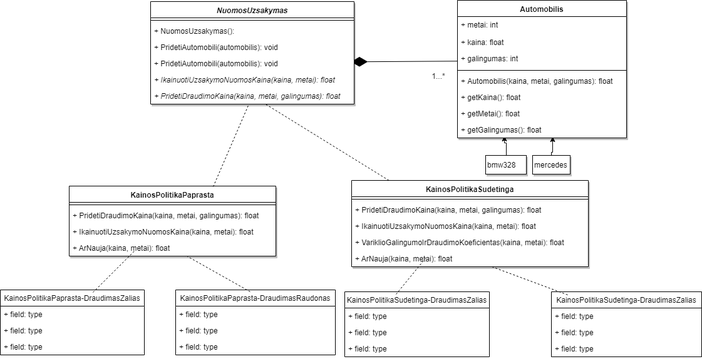
Before: CarRentalTemplat.png, a diagram exported from draw.io (Adomas202/CarRentalTemplate). Source tidied: cells renumbered, new cells last; positions are measured from the earlier drawing's top-left corner, leaving out a move shared by most shapes.
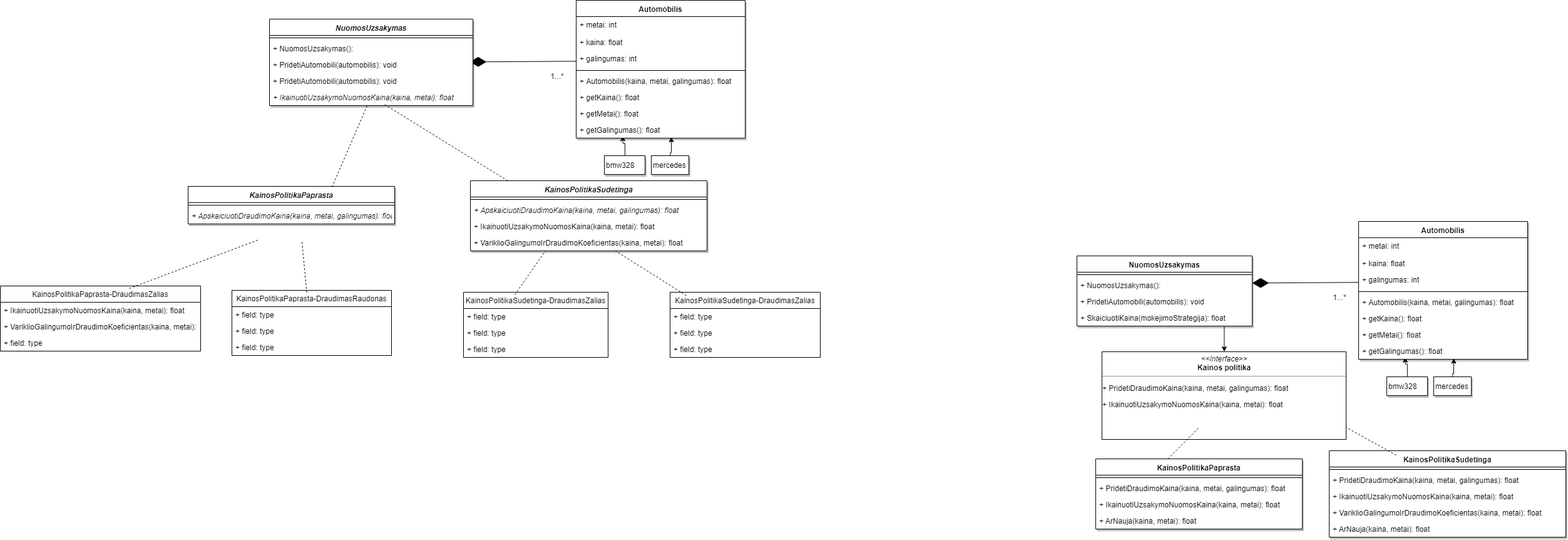
Above is the later version.

Diff of the diagram source:
```diff
@@ -61,7 +61,7 @@
       <mxGeometry y="194" width="270" height="26" as="geometry" />
     </mxCell>
     <mxCell id="17" value="NuomosUzsakymas" style="swimlane;fontStyle=3;align=center;verticalAlign=top;horizontal=1;startSize=26;swimlaneFillColor=#ffffff;shadow=1;fillColor=#FFFFFF;gradientColor=none;" parent="1" vertex="1">
-      <mxGeometry x="240" y="2" width="325" height="164" as="geometry" />
+      <mxGeometry x="240" y="30" width="325" height="138" as="geometry" />
     </mxCell>
     <mxCell id="18" style="line;strokeWidth=1;fillColor=none;align=left;verticalAlign=middle;spacingTop=-1;spacingLeft=3;spacingRight=3;labelPosition=right;" parent="17" vertex="1">
       <mxGeometry y="26" width="325" height="8" as="geometry" />
@@ -78,36 +78,22 @@
     <mxCell id="22" value="+ IkainuotiUzsakymoNuomosKaina(kaina, metai): float" style="text;strokeColor=none;fillColor=none;align=left;verticalAlign=top;spacingLeft=4;spacingRight=4;overflow=hidden;fontStyle=2;" parent="17" vertex="1">
       <mxGeometry y="112" width="325" height="26" as="geometry" />
     </mxCell>
-    <mxCell id="23" value="+ PridetiDraudimoKaina(kaina, metai, galingumas): float&#10;" style="text;strokeColor=none;fillColor=none;align=left;verticalAlign=top;spacingLeft=4;spacingRight=4;overflow=hidden;points=[[0,0.5],[1,0.5]];portConstraint=eastwest;fontStyle=2;" parent="17" vertex="1">
-      <mxGeometry y="138" width="325" height="26" as="geometry" />
-    </mxCell>
-    <mxCell id="24" value="KainosPolitikaPaprasta" style="swimlane;fontStyle=1;align=center;verticalAlign=top;horizontal=1;startSize=26;swimlaneFillColor=#ffffff;shadow=1;fillColor=#FFFFFF;gradientColor=none;" parent="1" vertex="1">
-      <mxGeometry x="110" y="297" width="330" height="112" as="geometry" />
+    <mxCell id="24" value="KainosPolitikaPaprasta" style="swimlane;fontStyle=3;align=center;verticalAlign=top;horizontal=1;startSize=26;swimlaneFillColor=#ffffff;shadow=1;fillColor=#FFFFFF;gradientColor=none;" parent="1" vertex="1">
+      <mxGeometry x="110" y="297" width="330" height="60" as="geometry" />
     </mxCell>
     <mxCell id="25" style="line;strokeWidth=1;fillColor=none;align=left;verticalAlign=middle;spacingTop=-1;spacingLeft=3;spacingRight=3;labelPosition=right;" parent="24" vertex="1">
       <mxGeometry y="26" width="330" height="8" as="geometry" />
     </mxCell>
-    <mxCell id="26" value="+ PridetiDraudimoKaina(kaina, metai, galingumas): float&#10;" style="text;strokeColor=none;fillColor=none;align=left;verticalAlign=top;spacingLeft=4;spacingRight=4;overflow=hidden;" parent="24" vertex="1">
+    <mxCell id="26" value="+ ApskaiciuotiDraudimoKaina(kaina, metai, galingumas): float&#10;" style="text;strokeColor=none;fillColor=none;align=left;verticalAlign=top;spacingLeft=4;spacingRight=4;overflow=hidden;fontStyle=2;" parent="24" vertex="1">
       <mxGeometry y="34" width="330" height="26" as="geometry" />
     </mxCell>
-    <mxCell id="27" value="+ IkainuotiUzsakymoNuomosKaina(kaina, metai): float&#10;" style="text;strokeColor=none;fillColor=none;align=left;verticalAlign=top;spacingLeft=4;spacingRight=4;overflow=hidden;" parent="24" vertex="1">
-      <mxGeometry y="60" width="330" height="26" as="geometry" />
-    </mxCell>
-    <mxCell id="28" value="+ ArNauja(kaina, metai): float&#10;" style="text;strokeColor=none;fillColor=none;align=left;verticalAlign=top;spacingLeft=4;spacingRight=4;overflow=hidden;points=[[0,0.5],[1,0.5]];portConstraint=eastwest;" parent="24" vertex="1">
-      <mxGeometry y="86" width="330" height="26" as="geometry" />
-    </mxCell>
-    <mxCell id="29" style="endArrow=none;dashed=1;html=1;exitX=0.643;exitY=0.04;exitPerimeter=0;" parent="24" edge="1" source="39">
-      <mxGeometry relative="1" as="geometry">
-        <mxPoint x="105" y="103" as="targetPoint" />
-      </mxGeometry>
-    </mxCell>
-    <mxCell id="30" value="KainosPolitikaSudetinga" style="swimlane;fontStyle=1;align=center;verticalAlign=top;horizontal=1;startSize=26;swimlaneFillColor=#ffffff;shadow=1;fillColor=#FFFFFF;gradientColor=none;" parent="1" vertex="1">
-      <mxGeometry x="561" y="288" width="378" height="138" as="geometry" />
+    <mxCell id="30" value="KainosPolitikaSudetinga" style="swimlane;fontStyle=3;align=center;verticalAlign=top;horizontal=1;startSize=26;swimlaneFillColor=#ffffff;shadow=1;fillColor=#FFFFFF;gradientColor=none;" parent="1" vertex="1">
+      <mxGeometry x="561" y="288" width="378" height="112" as="geometry" />
     </mxCell>
     <mxCell id="31" style="line;strokeWidth=1;fillColor=none;align=left;verticalAlign=middle;spacingTop=-1;spacingLeft=3;spacingRight=3;labelPosition=right;" parent="30" vertex="1">
       <mxGeometry y="26" width="378" height="8" as="geometry" />
     </mxCell>
-    <mxCell id="32" value="+ PridetiDraudimoKaina(kaina, metai, galingumas): float&#10;" style="text;strokeColor=none;fillColor=none;align=left;verticalAlign=top;spacingLeft=4;spacingRight=4;overflow=hidden;" parent="30" vertex="1">
+    <mxCell id="32" value="+ ApskaiciuotiDraudimoKaina(kaina, metai, galingumas): float&#10;&#10;" style="text;strokeColor=none;fillColor=none;align=left;verticalAlign=top;spacingLeft=4;spacingRight=4;overflow=hidden;fontStyle=2;" parent="30" vertex="1">
       <mxGeometry y="34" width="378" height="26" as="geometry" />
     </mxCell>
     <mxCell id="33" value="+ IkainuotiUzsakymoNuomosKaina(kaina, metai): float&#10;" style="text;strokeColor=none;fillColor=none;align=left;verticalAlign=top;spacingLeft=4;spacingRight=4;overflow=hidden;" parent="30" vertex="1">
@@ -118,36 +104,35 @@
     </mxCell>
     <mxCell id="35" style="endArrow=none;dashed=1;html=1;exitX=0.355;exitY=0.035;exitPerimeter=0;" parent="30" edge="1" source="47">
       <mxGeometry relative="1" as="geometry">
-        <mxPoint x="120" y="122" as="targetPoint" />
+        <mxPoint x="120" y="112" as="targetPoint" />
       </mxGeometry>
     </mxCell>
-    <mxCell id="36" value="+ ArNauja(kaina, metai): float&#10;" style="text;strokeColor=none;fillColor=none;align=left;verticalAlign=top;spacingLeft=4;spacingRight=4;overflow=hidden;points=[[0,0.5],[1,0.5]];portConstraint=eastwest;" parent="30" vertex="1">
-      <mxGeometry y="112" width="378" height="26" as="geometry" />
-    </mxCell>
-    <mxCell id="37" style="endArrow=none;dashed=1;html=1;fillColor=#000033;" parent="1" edge="1" target="23">
+    <mxCell id="37" style="endArrow=none;dashed=1;html=1;fillColor=#000033;" parent="1" edge="1">
       <mxGeometry relative="1" as="geometry">
         <mxPoint x="340" y="298" as="sourcePoint" />
+        <mxPoint x="396.9" y="166" as="targetPoint" />
       </mxGeometry>
     </mxCell>
-    <mxCell id="38" style="endArrow=none;dashed=1;html=1;fillColor=#000033;" parent="1" edge="1" target="23">
+    <mxCell id="38" style="endArrow=none;dashed=1;html=1;fillColor=#000033;" parent="1" edge="1">
       <mxGeometry relative="1" as="geometry">
         <mxPoint x="620.5" y="288" as="sourcePoint" />
+        <mxPoint x="423.5" y="166" as="targetPoint" />
       </mxGeometry>
     </mxCell>
     <mxCell id="39" value="KainosPolitikaPaprasta-DraudimasZalias" style="swimlane;fontStyle=0;horizontal=1;startSize=26;fillColor=none;swimlaneFillColor=#ffffff;" parent="1" vertex="1">
-      <mxGeometry y="463" width="230" height="104" as="geometry" />
+      <mxGeometry x="-190" y="456" width="320" height="104" as="geometry" />
     </mxCell>
-    <mxCell id="40" value="+ field: type" style="text;strokeColor=none;fillColor=none;align=left;verticalAlign=top;spacingLeft=4;spacingRight=4;overflow=hidden;" parent="39" vertex="1">
-      <mxGeometry y="26" width="230" height="26" as="geometry" />
+    <mxCell id="40" value="+ IkainuotiUzsakymoNuomosKaina(kaina, metai): float&#10;&#10;" style="text;strokeColor=none;fillColor=none;align=left;verticalAlign=top;spacingLeft=4;spacingRight=4;overflow=hidden;" parent="39" vertex="1">
+      <mxGeometry y="26" width="320" height="26" as="geometry" />
     </mxCell>
-    <mxCell id="41" value="+ field: type" style="text;strokeColor=none;fillColor=none;align=left;verticalAlign=top;spacingLeft=4;spacingRight=4;overflow=hidden;" parent="39" vertex="1">
-      <mxGeometry y="52" width="230" height="26" as="geometry" />
+    <mxCell id="41" value="+ VariklioGalingumoIrDraudimoKoeficientas(kaina, metai): float&#10;&#10;" style="text;strokeColor=none;fillColor=none;align=left;verticalAlign=top;spacingLeft=4;spacingRight=4;overflow=hidden;" parent="39" vertex="1">
+      <mxGeometry y="52" width="320" height="26" as="geometry" />
     </mxCell>
     <mxCell id="42" value="+ field: type" style="text;strokeColor=none;fillColor=none;align=left;verticalAlign=top;spacingLeft=4;spacingRight=4;overflow=hidden;" parent="39" vertex="1">
-      <mxGeometry y="78" width="230" height="26" as="geometry" />
+      <mxGeometry y="78" width="320" height="26" as="geometry" />
     </mxCell>
     <mxCell id="43" value="KainosPolitikaPaprasta-DraudimasRaudonas" style="swimlane;fontStyle=0;horizontal=1;startSize=26;fillColor=none;swimlaneFillColor=#ffffff;" parent="1" vertex="1">
-      <mxGeometry x="280" y="463" width="255" height="104" as="geometry" />
+      <mxGeometry x="180" y="463" width="255" height="104" as="geometry" />
     </mxCell>
     <mxCell id="44" value="+ field: type" style="text;strokeColor=none;fillColor=none;align=left;verticalAlign=top;spacingLeft=4;spacingRight=4;overflow=hidden;" parent="43" vertex="1">
       <mxGeometry y="26" width="255" height="26" as="geometry" />
@@ -182,11 +167,146 @@
     <mxCell id="54" value="+ field: type" style="text;strokeColor=none;fillColor=none;align=left;verticalAlign=top;spacingLeft=4;spacingRight=4;overflow=hidden;" parent="51" vertex="1">
       <mxGeometry y="78" width="240" height="26" as="geometry" />
     </mxCell>
-    <mxCell id="55" style="endArrow=none;dashed=1;html=1;exitX=0.468;exitY=0.032;exitPerimeter=0;" parent="1" edge="1" source="43" target="28">
-      <mxGeometry relative="1" as="geometry" />
+    <mxCell id="55" style="endArrow=none;dashed=1;html=1;exitX=0.468;exitY=0.032;exitPerimeter=0;" parent="1" edge="1" source="43">
+      <mxGeometry relative="1" as="geometry">
+        <mxPoint x="291.8" y="383" as="targetPoint" />
+      </mxGeometry>
     </mxCell>
-    <mxCell id="56" style="endArrow=none;dashed=1;html=1;exitX=0.109;exitY=0.051;exitPerimeter=0;" parent="1" edge="1" source="51" target="36">
+    <mxCell id="56" style="endArrow=none;dashed=1;html=1;exitX=0.109;exitY=0.051;exitPerimeter=0;entryX=0.609;entryY=0.955;entryPerimeter=0;" parent="1" edge="1" source="51" target="34">
       <mxGeometry relative="1" as="geometry" />
     </mxCell>
+    <mxCell id="57" value="&lt;p style=&quot;margin: 0px ; margin-top: 4px ; text-align: center&quot;&gt;&lt;i&gt;&amp;lt;&amp;lt;Interface&amp;gt;&amp;gt;&lt;/i&gt;&lt;br&gt;&lt;b&gt;Kainos politika&lt;/b&gt;&lt;/p&gt;&lt;hr size=&quot;1&quot;&gt;&lt;p&gt;+&amp;nbsp;&lt;span&gt;PridetiDraudimoKaina&lt;/span&gt;&lt;span&gt;(kaina, metai, galingumas): float&lt;/span&gt;&lt;/p&gt;&lt;p&gt;+&amp;nbsp;&lt;span&gt;IkainuotiUzsakymoNuomosKaina&lt;/span&gt;&lt;span&gt;(kaina, metai): float&lt;/span&gt;&lt;/p&gt;" style="verticalAlign=top;align=left;overflow=fill;fontSize=12;fontFamily=Helvetica;html=1;rounded=0;shadow=0;comic=0;labelBackgroundColor=none;strokeColor=#000000;strokeWidth=1;fillColor=#ffffff;" parent="1" vertex="1">
+      <mxGeometry x="1570" y="561" width="390" height="140" as="geometry" />
+    </mxCell>
+    <mxCell id="58" style="endArrow=diamondThin;endFill=1;endSize=24;html=1;fillColor=#000033;entryX=1;entryY=0.5;exitX=0.009;exitY=0.02;exitPerimeter=0;" parent="1" edge="1">
+      <mxGeometry relative="1" as="geometry">
+        <mxPoint x="1981.6" y="450.3" as="sourcePoint" />
+        <mxPoint x="1810" y="451.3" as="targetPoint" />
+      </mxGeometry>
+    </mxCell>
+    <mxCell id="59" style="edgeStyle=orthogonalEdgeStyle;rounded=0;html=1;jettySize=auto;fillColor=#000033;entryX=0.276;entryY=0.878;entryPerimeter=0;" parent="1" edge="1" source="60" target="72">
+      <mxGeometry relative="1" as="geometry">
+        <Array as="points">
+          <mxPoint x="2058" y="581" />
+          <mxPoint x="2055" y="581" />
+        </Array>
+      </mxGeometry>
+    </mxCell>
+    <mxCell id="60" value="bmw328" style="html=1;shadow=1;fillColor=#FFFFFF;gradientColor=none;align=left;" parent="1" vertex="1">
+      <mxGeometry x="2025" y="601" width="65" height="30" as="geometry" />
+    </mxCell>
+    <mxCell id="61" style="edgeStyle=orthogonalEdgeStyle;rounded=0;html=1;entryX=0.564;entryY=0.942;entryPerimeter=0;jettySize=auto;fillColor=#000033;" parent="1" edge="1" source="62" target="72">
+      <mxGeometry relative="1" as="geometry">
+        <Array as="points">
+          <mxPoint x="2130" y="596" />
+          <mxPoint x="2132" y="596" />
+        </Array>
+      </mxGeometry>
+    </mxCell>
+    <mxCell id="62" value="mercedes" style="html=1;shadow=1;fillColor=#FFFFFF;gradientColor=none;align=left;" parent="1" vertex="1">
+      <mxGeometry x="2100" y="601" width="60" height="30" as="geometry" />
+    </mxCell>
+    <mxCell id="63" value="1...*" style="text;html=1;strokeColor=none;fillColor=none;align=center;verticalAlign=middle;whiteSpace=wrap;rounded=0;shadow=1;" parent="1" vertex="1">
+      <mxGeometry x="1930" y="464" width="40" height="20" as="geometry" />
+    </mxCell>
+    <mxCell id="64" value="Automobilis" style="swimlane;fontStyle=1;align=center;verticalAlign=top;horizontal=1;startSize=26;swimlaneFillColor=#ffffff;shadow=1;fillColor=#FFFFFF;gradientColor=none;" parent="1" vertex="1">
+      <mxGeometry x="1980" y="353" width="270" height="220" as="geometry" />
+    </mxCell>
+    <mxCell id="65" value="+ metai: int" style="text;html=1;strokeColor=none;fillColor=none;align=left;verticalAlign=top;spacingLeft=4;spacingRight=4;whiteSpace=wrap;overflow=hidden;" parent="64" vertex="1">
+      <mxGeometry y="26" width="270" height="28" as="geometry" />
+    </mxCell>
+    <mxCell id="66" value="+ kaina: float&lt;br&gt;" style="text;html=1;strokeColor=none;fillColor=none;align=left;verticalAlign=top;spacingLeft=4;spacingRight=4;whiteSpace=wrap;overflow=hidden;" parent="64" vertex="1">
+      <mxGeometry y="54" width="270" height="26" as="geometry" />
+    </mxCell>
+    <mxCell id="67" value="+ galingumas: int" style="text;html=1;strokeColor=none;fillColor=none;align=left;verticalAlign=top;spacingLeft=4;spacingRight=4;whiteSpace=wrap;overflow=hidden;" parent="64" vertex="1">
+      <mxGeometry y="80" width="270" height="28" as="geometry" />
+    </mxCell>
+    <mxCell id="68" style="line;strokeWidth=1;fillColor=none;align=left;verticalAlign=middle;spacingTop=-1;spacingLeft=3;spacingRight=3;labelPosition=right;" parent="64" vertex="1">
+      <mxGeometry y="108" width="270" height="8" as="geometry" />
+    </mxCell>
+    <mxCell id="69" value="+ Automobilis(kaina, metai, galingumas): float" style="text;strokeColor=none;fillColor=none;align=left;verticalAlign=top;spacingLeft=4;spacingRight=4;overflow=hidden;" parent="64" vertex="1">
+      <mxGeometry y="116" width="270" height="26" as="geometry" />
+    </mxCell>
+    <mxCell id="70" value="+ getKaina(): float" style="text;strokeColor=none;fillColor=none;align=left;verticalAlign=top;spacingLeft=4;spacingRight=4;overflow=hidden;" parent="64" vertex="1">
+      <mxGeometry y="142" width="270" height="26" as="geometry" />
+    </mxCell>
+    <mxCell id="71" value="+ getMetai(): float" style="text;strokeColor=none;fillColor=none;align=left;verticalAlign=top;spacingLeft=4;spacingRight=4;overflow=hidden;" parent="64" vertex="1">
+      <mxGeometry y="168" width="270" height="26" as="geometry" />
+    </mxCell>
+    <mxCell id="72" value="+ getGalingumas(): float" style="text;strokeColor=none;fillColor=none;align=left;verticalAlign=top;spacingLeft=4;spacingRight=4;overflow=hidden;points=[[0,0.5],[1,0.5]];portConstraint=eastwest;" parent="64" vertex="1">
+      <mxGeometry y="194" width="270" height="26" as="geometry" />
+    </mxCell>
+    <mxCell id="73" value="NuomosUzsakymas" style="swimlane;fontStyle=1;align=center;verticalAlign=top;horizontal=1;startSize=26;swimlaneFillColor=#ffffff;shadow=1;fillColor=#FFFFFF;gradientColor=none;" parent="1" vertex="1">
+      <mxGeometry x="1530" y="408" width="280" height="112" as="geometry" />
+    </mxCell>
+    <mxCell id="74" style="line;strokeWidth=1;fillColor=none;align=left;verticalAlign=middle;spacingTop=-1;spacingLeft=3;spacingRight=3;labelPosition=right;" parent="73" vertex="1">
+      <mxGeometry y="26" width="280" height="8" as="geometry" />
+    </mxCell>
+    <mxCell id="75" value="+ NuomosUzsakymas():" style="text;strokeColor=none;fillColor=none;align=left;verticalAlign=top;spacingLeft=4;spacingRight=4;overflow=hidden;" parent="73" vertex="1">
+      <mxGeometry y="34" width="280" height="26" as="geometry" />
+    </mxCell>
+    <mxCell id="76" value="+ PridetiAutomobili(automobilis): void" style="text;strokeColor=none;fillColor=none;align=left;verticalAlign=top;spacingLeft=4;spacingRight=4;overflow=hidden;" parent="73" vertex="1">
+      <mxGeometry y="60" width="280" height="26" as="geometry" />
+    </mxCell>
+    <mxCell id="77" value="+ SkaiciuotiKaina(mokejimoStrategija): float" style="text;strokeColor=none;fillColor=none;align=left;verticalAlign=top;spacingLeft=4;spacingRight=4;overflow=hidden;points=[[0,0.5],[1,0.5]];portConstraint=eastwest;" parent="73" vertex="1">
+      <mxGeometry y="86" width="280" height="26" as="geometry" />
+    </mxCell>
+    <mxCell id="78" value="KainosPolitikaPaprasta" style="swimlane;fontStyle=1;align=center;verticalAlign=top;horizontal=1;startSize=26;swimlaneFillColor=#ffffff;shadow=1;fillColor=#FFFFFF;gradientColor=none;" parent="1" vertex="1">
+      <mxGeometry x="1560" y="732" width="330" height="112" as="geometry" />
+    </mxCell>
+    <mxCell id="79" style="line;strokeWidth=1;fillColor=none;align=left;verticalAlign=middle;spacingTop=-1;spacingLeft=3;spacingRight=3;labelPosition=right;" parent="78" vertex="1">
+      <mxGeometry y="26" width="330" height="8" as="geometry" />
+    </mxCell>
+    <mxCell id="80" value="+ PridetiDraudimoKaina(kaina, metai, galingumas): float&#10;" style="text;strokeColor=none;fillColor=none;align=left;verticalAlign=top;spacingLeft=4;spacingRight=4;overflow=hidden;" parent="78" vertex="1">
+      <mxGeometry y="34" width="330" height="26" as="geometry" />
+    </mxCell>
+    <mxCell id="27" value="+ IkainuotiUzsakymoNuomosKaina(kaina, metai): float&#10;" style="text;strokeColor=none;fillColor=none;align=left;verticalAlign=top;spacingLeft=4;spacingRight=4;overflow=hidden;" parent="78" vertex="1">
+      <mxGeometry y="60" width="330" height="26" as="geometry" />
+    </mxCell>
+    <mxCell id="28" value="+ ArNauja(kaina, metai): float&#10;" style="text;strokeColor=none;fillColor=none;align=left;verticalAlign=top;spacingLeft=4;spacingRight=4;overflow=hidden;points=[[0,0.5],[1,0.5]];portConstraint=eastwest;" parent="78" vertex="1">
+      <mxGeometry y="86" width="330" height="26" as="geometry" />
+    </mxCell>
+    <mxCell id="81" value="KainosPolitikaSudetinga" style="swimlane;fontStyle=1;align=center;verticalAlign=top;horizontal=1;startSize=26;swimlaneFillColor=#ffffff;shadow=1;fillColor=#FFFFFF;gradientColor=none;" parent="1" vertex="1">
+      <mxGeometry x="1933" y="719" width="378" height="138" as="geometry" />
+    </mxCell>
+    <mxCell id="82" style="line;strokeWidth=1;fillColor=none;align=left;verticalAlign=middle;spacingTop=-1;spacingLeft=3;spacingRight=3;labelPosition=right;" parent="81" vertex="1">
+      <mxGeometry y="26" width="378" height="8" as="geometry" />
+    </mxCell>
+    <mxCell id="83" value="+ PridetiDraudimoKaina(kaina, metai, galingumas): float&#10;" style="text;strokeColor=none;fillColor=none;align=left;verticalAlign=top;spacingLeft=4;spacingRight=4;overflow=hidden;" parent="81" vertex="1">
+      <mxGeometry y="34" width="378" height="26" as="geometry" />
+    </mxCell>
+    <mxCell id="84" value="+ IkainuotiUzsakymoNuomosKaina(kaina, metai): float&#10;" style="text;strokeColor=none;fillColor=none;align=left;verticalAlign=top;spacingLeft=4;spacingRight=4;overflow=hidden;" parent="81" vertex="1">
+      <mxGeometry y="60" width="378" height="26" as="geometry" />
+    </mxCell>
+    <mxCell id="85" value="+ VariklioGalingumoIrDraudimoKoeficientas(kaina, metai): float&#10;" style="text;strokeColor=none;fillColor=none;align=left;verticalAlign=top;spacingLeft=4;spacingRight=4;overflow=hidden;" parent="81" vertex="1">
+      <mxGeometry y="86" width="378" height="26" as="geometry" />
+    </mxCell>
+    <mxCell id="36" value="+ ArNauja(kaina, metai): float&#10;" style="text;strokeColor=none;fillColor=none;align=left;verticalAlign=top;spacingLeft=4;spacingRight=4;overflow=hidden;points=[[0,0.5],[1,0.5]];portConstraint=eastwest;" parent="81" vertex="1">
+      <mxGeometry y="112" width="378" height="26" as="geometry" />
+    </mxCell>
+    <mxCell id="86" style="edgeStyle=orthogonalEdgeStyle;rounded=0;html=1;jettySize=auto;fillColor=#000033;" parent="1" edge="1" source="77" target="57">
+      <mxGeometry relative="1" as="geometry">
+        <Array as="points">
+          <mxPoint x="1765" y="526" />
+          <mxPoint x="1765" y="526" />
+        </Array>
+      </mxGeometry>
+    </mxCell>
+    <mxCell id="87" style="endArrow=none;dashed=1;html=1;fillColor=#000033;" parent="1" edge="1">
+      <mxGeometry relative="1" as="geometry">
+        <mxPoint x="1675" y="732" as="sourcePoint" />
+        <mxPoint x="1725" y="682" as="targetPoint" />
+      </mxGeometry>
+    </mxCell>
+    <mxCell id="88" style="endArrow=none;dashed=1;html=1;fillColor=#000033;entryX=0.998;entryY=0.859;entryPerimeter=0;" parent="1" edge="1" target="57">
+      <mxGeometry relative="1" as="geometry">
+        <mxPoint x="2040" y="726" as="sourcePoint" />
+      </mxGeometry>
+    </mxCell>
+    <mxCell id="29" style="endArrow=none;dashed=1;html=1;exitX=0.643;exitY=0.04;exitPerimeter=0;entryX=0.342;entryY=0.968;entryPerimeter=0;" parent="1" edge="1" source="39">
+      <mxGeometry relative="1" as="geometry">
+        <mxPoint x="222.8" y="382.2" as="targetPoint" />
+      </mxGeometry>
+    </mxCell>
   </root>
 </mxGraphModel>
```
